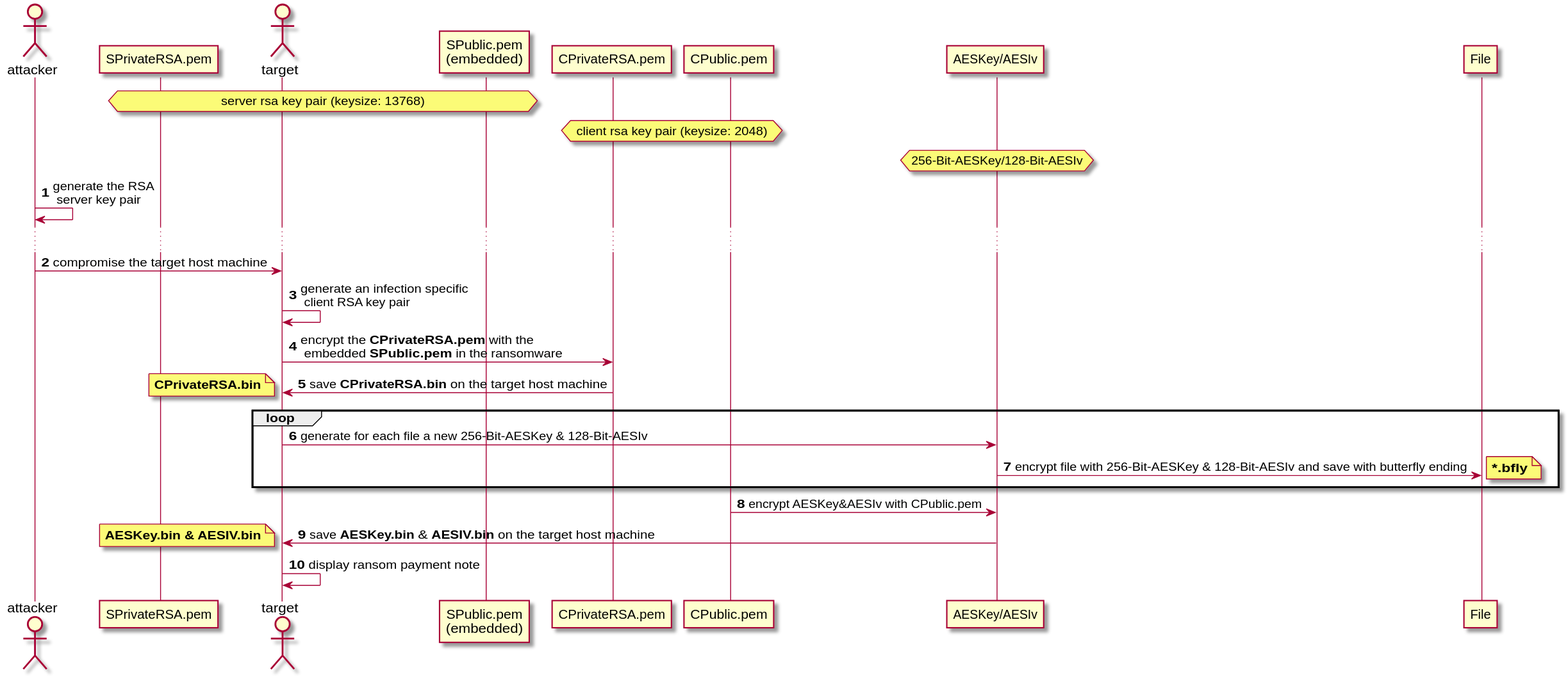
Above: architecture/sequence_diagrams/encryption.svg in bierschi/butterfly (PlantUML), before the change.
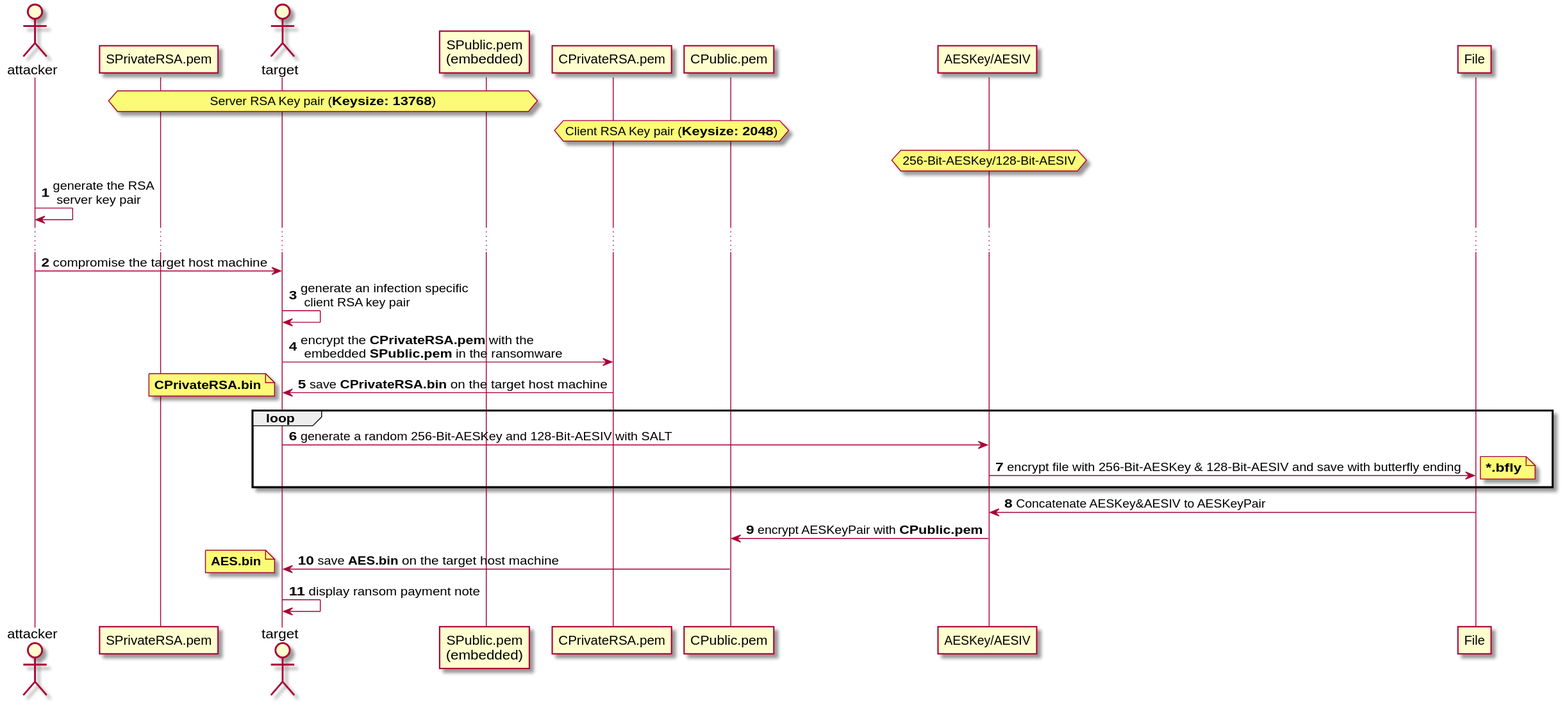
After the commit.

What changed in the source:
```diff
@@ -6,13 +6,13 @@
 participant "SPublic.pem\n(embedded)" as SPublic
 participant CPrivateRSA.pem as CPrivate
 participant CPublic.pem as CPublic
-participant "AESKey/AESIv" as AESKey
+participant "AESKey/AESIV" as AESKey
 participant File
 
 autonumber
-hnote over SPrivate, SPublic: server rsa key pair (keysize: 13768)
-hnote over CPrivate, CPublic: client rsa key pair (keysize: 2048)
-hnote over AESKey: 256-Bit-AESKey/128-Bit-AESIv
+hnote over SPrivate, SPublic: Server RSA Key pair (**Keysize: 13768**)
+hnote over CPrivate, CPublic: Client RSA Key pair (**Keysize: 2048**)
+hnote over AESKey: 256-Bit-AESKey/128-Bit-AESIV
 attacker -> attacker: generate the RSA\n server key pair
 ...
 attacker -> target: compromise the target host machine
@@ -21,15 +21,16 @@
 CPrivate -> target: save **CPrivateRSA.bin** on the target host machine
 note left: **CPrivateRSA.bin**
 loop
-target -> AESKey: generate for each file a new 256-Bit-AESKey & 128-Bit-AESIv
-AESKey -> File: encrypt file with 256-Bit-AESKey & 128-Bit-AESIv and save with butterfly ending
+target -> AESKey: generate a random 256-Bit-AESKey and 128-Bit-AESIV with SALT
+AESKey -> File: encrypt file with 256-Bit-AESKey & 128-Bit-AESIV and save with butterfly ending
 note right: **~*.bfly**
 
 end
 
-CPublic -> AESKey: encrypt AESKey&AESIv with CPublic.pem
-AESKey -> target: save **AESKey.bin** & **AESIV.bin** on the target host machine
-note left: **AESKey.bin & AESIV.bin**
+File->AESKey: Concatenate AESKey&AESIV to AESKeyPair
+AESKey -> CPublic: encrypt AESKeyPair with **CPublic.pem**
+CPublic -> target: save **AES.bin** on the target host machine
+note left: **AES.bin**
 
 target -> target: display ransom payment note
 
```
